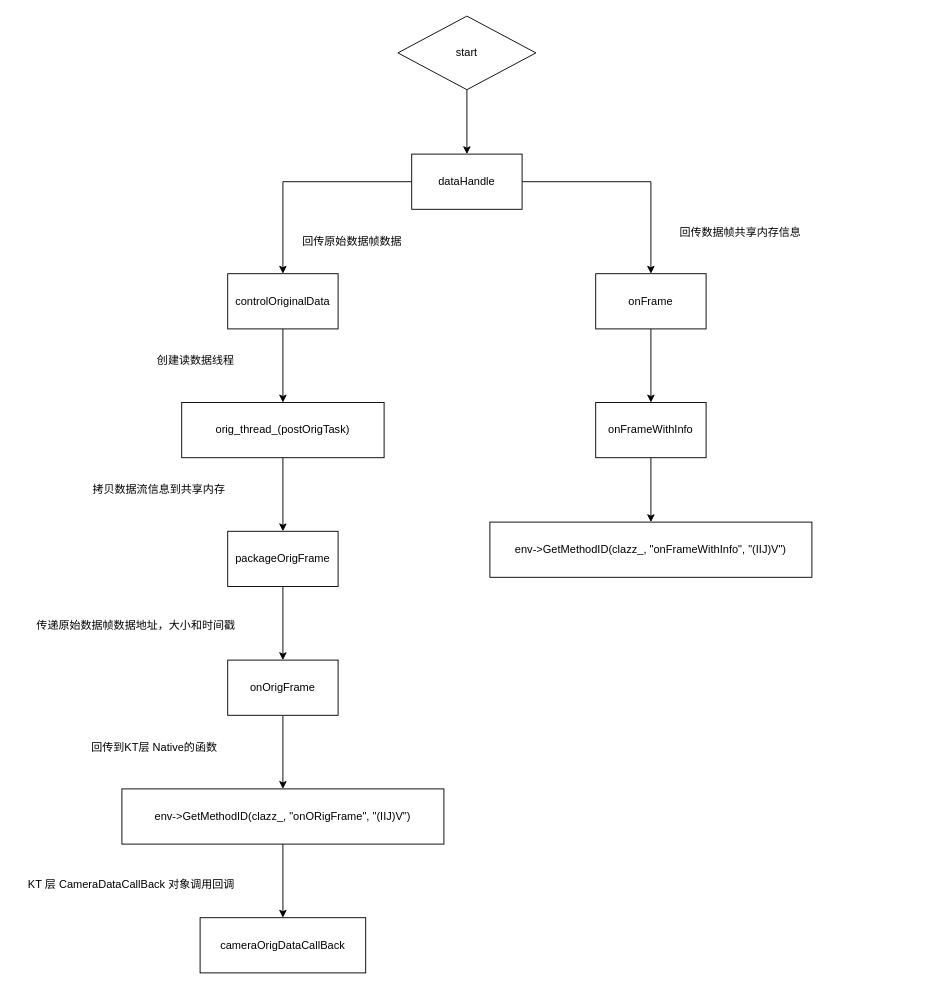
The draw.io diagram Camera.drawio in Jev0987/drawioFile, before the edit. Source tidied: cells renumbered, new cells numbered last; positions are measured from the earlier drawing's top-left corner, leaving out a move shared by most shapes. Both pictures are drawn from the tidied source at 92%, with x=0, y=0 at pixel (16, 16).
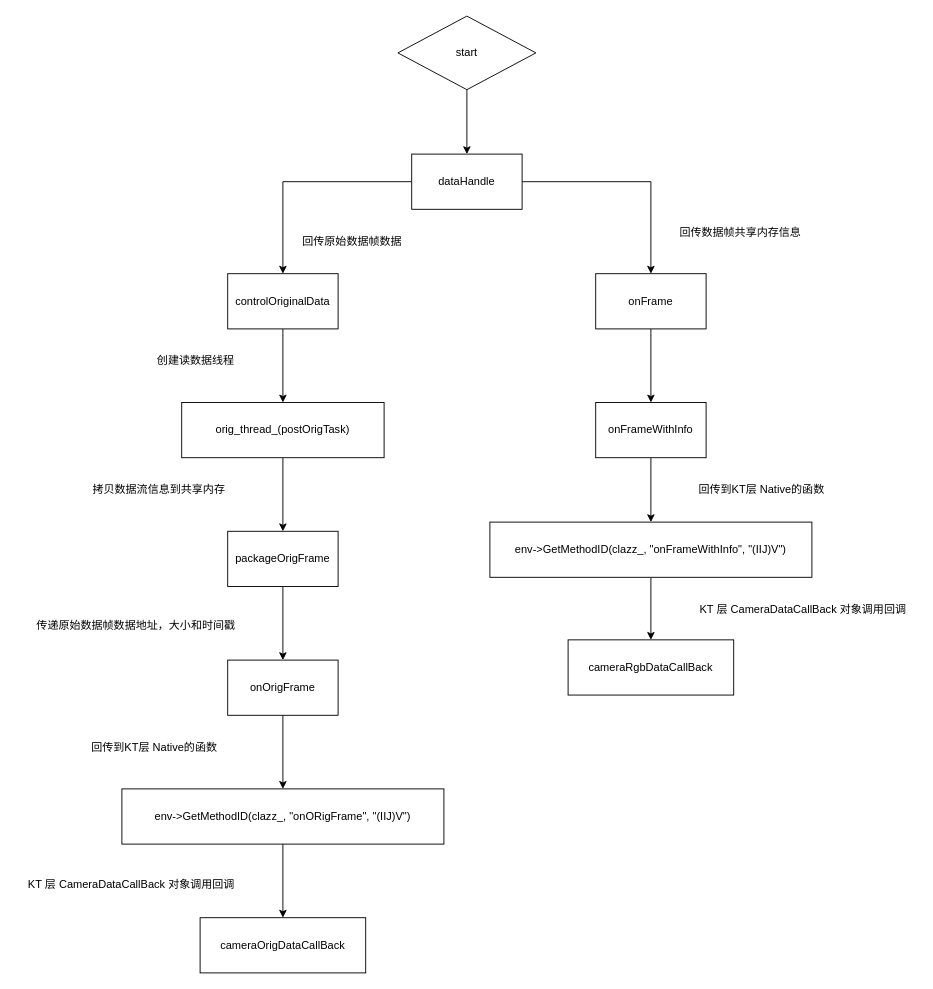
Above is the later version.

Unchanged cells that the change refers to:
```xml
<mxCell id="29" value="env-&amp;gt;GetMethodID(clazz_, &quot;onFrameWithInfo&quot;, &quot;(IIJ)V&quot;)" style="whiteSpace=wrap;html=1;rounded=0;" parent="1" vertex="1">
  <mxGeometry x="515" y="550" width="350" height="60" as="geometry" />
</mxCell>
```

What changed in the source:
```diff
@@
+    <mxCell id="30" style="edgeStyle=orthogonalEdgeStyle;rounded=0;jettySize=auto;html=1;" parent="1" edge="1" source="29" target="32">
+      <mxGeometry relative="1" as="geometry" />
+    </mxCell>
@@
+    <mxCell id="31" value="回传到KT层 Native的函数" style="text;html=1;align=center;verticalAlign=middle;strokeColor=none;fillColor=none;" parent="1" vertex="1">
+      <mxGeometry x="730" y="500" width="160" height="30" as="geometry" />
+    </mxCell>
+    <mxCell id="32" value="cameraRgbDataCallBack" style="whiteSpace=wrap;html=1;rounded=0;" parent="1" vertex="1">
+      <mxGeometry x="600" y="678" width="180" height="60" as="geometry" />
+    </mxCell>
+    <mxCell id="33" value="KT 层 CameraDataCallBack 对象调用回调" style="text;html=1;align=center;verticalAlign=middle;strokeColor=none;fillColor=none;" parent="1" vertex="1">
+      <mxGeometry x="730" y="630" width="250" height="30" as="geometry" />
+    </mxCell>
```
